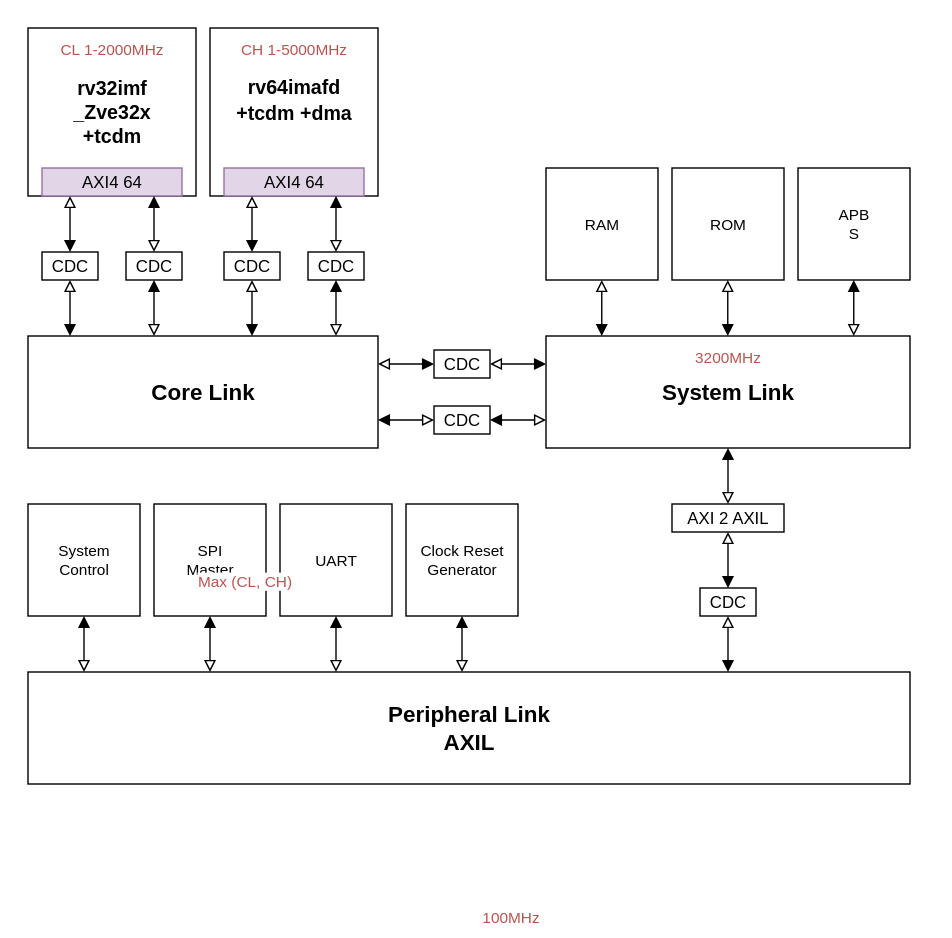
Earlier version of the draw.io export document/svg/detailed.svg (TecknozBD/Hyper-Titan). Source tidied: cells renumbered, new cells last; positions are measured from the earlier drawing's top-left corner, leaving out a move shared by most shapes.
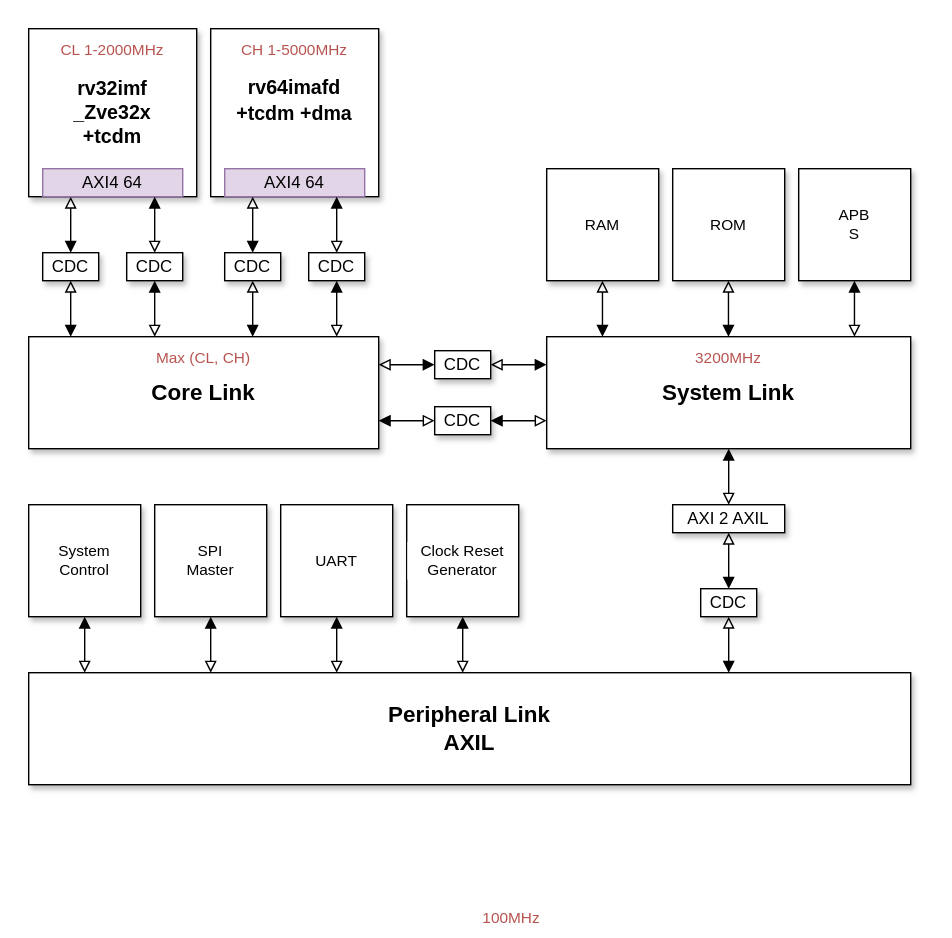
After the commit.

Change to the diagram source:
```diff
@@ -5,10 +5,10 @@
     <mxCell id="2" style="rounded=0;whiteSpace=wrap;html=1;fontFamily=Helvetica;fontSize=11;fontColor=default;labelBackgroundColor=default;strokeColor=none;" parent="1" vertex="1">
       <mxGeometry width="670" height="580" as="geometry" />
     </mxCell>
-    <mxCell id="3" value="&lt;div&gt;&lt;font style=&quot;font-size: 14px;&quot;&gt;rv32imf&lt;/font&gt;&lt;/div&gt;&lt;div&gt;&lt;font style=&quot;font-size: 14px;&quot;&gt;_Zve32x&lt;/font&gt;&lt;/div&gt;&lt;div&gt;&lt;font style=&quot;font-size: 14px;&quot;&gt;+tcdm&lt;/font&gt;&lt;/div&gt;" style="rounded=0;whiteSpace=wrap;html=1;fontStyle=1;fontSize=13;shadow=0;" parent="1" vertex="1">
+    <mxCell id="3" value="&lt;div&gt;&lt;font style=&quot;font-size: 14px;&quot;&gt;rv32imf&lt;/font&gt;&lt;/div&gt;&lt;div&gt;&lt;font style=&quot;font-size: 14px;&quot;&gt;_Zve32x&lt;/font&gt;&lt;/div&gt;&lt;div&gt;&lt;font style=&quot;font-size: 14px;&quot;&gt;+tcdm&lt;/font&gt;&lt;/div&gt;" style="rounded=0;whiteSpace=wrap;html=1;fontStyle=1;fontSize=13;shadow=1;" parent="1" vertex="1">
       <mxGeometry x="20" y="20" width="120" height="120" as="geometry" />
     </mxCell>
-    <mxCell id="4" value="&lt;div&gt;&lt;font style=&quot;font-size: 14px;&quot;&gt;rv64imafd&lt;/font&gt;&lt;/div&gt;&lt;div&gt;&lt;font style=&quot;font-size: 14px;&quot;&gt;+tcdm +dma&lt;/font&gt;&lt;/div&gt;&lt;div&gt;&lt;br&gt;&lt;/div&gt;" style="rounded=0;whiteSpace=wrap;html=1;fontStyle=1;fontSize=16;shadow=0;" parent="1" vertex="1">
+    <mxCell id="4" value="&lt;div&gt;&lt;font style=&quot;font-size: 14px;&quot;&gt;rv64imafd&lt;/font&gt;&lt;/div&gt;&lt;div&gt;&lt;font style=&quot;font-size: 14px;&quot;&gt;+tcdm +dma&lt;/font&gt;&lt;/div&gt;&lt;div&gt;&lt;br&gt;&lt;/div&gt;" style="rounded=0;whiteSpace=wrap;html=1;fontStyle=1;fontSize=16;shadow=1;" parent="1" vertex="1">
       <mxGeometry x="150" y="20" width="120" height="120" as="geometry" />
     </mxCell>
     <mxCell id="5" value="AXI4 64" style="whiteSpace=wrap;html=1;fillColor=#e1d5e7;strokeColor=#9673a6;" parent="1" vertex="1">
@@ -17,16 +17,16 @@
     <mxCell id="6" style="edgeStyle=orthogonalEdgeStyle;shape=connector;rounded=0;jettySize=auto;html=1;exitX=1;exitY=0.75;exitDx=0;exitDy=0;entryX=0;entryY=0.5;entryDx=0;entryDy=0;strokeColor=default;align=center;verticalAlign=middle;fontFamily=Helvetica;fontSize=11;fontColor=default;labelBackgroundColor=default;startArrow=block;startFill=1;endArrow=block;endFill=0;" parent="1" edge="1" source="7" target="34">
       <mxGeometry relative="1" as="geometry" />
     </mxCell>
-    <mxCell id="7" value="Core Link" style="rounded=0;whiteSpace=wrap;html=1;fontFamily=Helvetica;fontSize=16;fontColor=default;labelBackgroundColor=default;fontStyle=1;" parent="1" vertex="1">
+    <mxCell id="7" value="Core Link" style="rounded=0;whiteSpace=wrap;html=1;fontFamily=Helvetica;fontSize=16;fontColor=default;labelBackgroundColor=default;fontStyle=1;shadow=1;" parent="1" vertex="1">
       <mxGeometry x="20" y="240" width="250" height="80" as="geometry" />
     </mxCell>
-    <mxCell id="8" value="CDC" style="rounded=0;whiteSpace=wrap;html=1;" parent="1" vertex="1">
+    <mxCell id="8" value="CDC" style="rounded=0;whiteSpace=wrap;html=1;shadow=1;" parent="1" vertex="1">
       <mxGeometry x="30" y="180" width="40" height="20" as="geometry" />
     </mxCell>
     <mxCell id="9" style="edgeStyle=orthogonalEdgeStyle;shape=connector;rounded=0;jettySize=auto;html=1;exitX=0;exitY=0.25;exitDx=0;exitDy=0;entryX=1;entryY=0.5;entryDx=0;entryDy=0;strokeColor=default;align=center;verticalAlign=middle;fontFamily=Helvetica;fontSize=11;fontColor=default;labelBackgroundColor=default;startArrow=block;startFill=1;endArrow=block;endFill=0;" parent="1" edge="1" source="10" target="32">
       <mxGeometry relative="1" as="geometry" />
     </mxCell>
-    <mxCell id="10" value="System Link" style="rounded=0;whiteSpace=wrap;html=1;fontFamily=Helvetica;fontSize=16;fontColor=default;labelBackgroundColor=default;fontStyle=1;" parent="1" vertex="1">
+    <mxCell id="10" value="System Link" style="rounded=0;whiteSpace=wrap;html=1;fontFamily=Helvetica;fontSize=16;fontColor=default;labelBackgroundColor=default;fontStyle=1;shadow=1;" parent="1" vertex="1">
       <mxGeometry x="390" y="240" width="260" height="80" as="geometry" />
     </mxCell>
     <mxCell id="11" style="edgeStyle=orthogonalEdgeStyle;rounded=0;orthogonalLoop=1;jettySize=auto;html=1;endArrow=block;endFill=0;startArrow=block;startFill=1;" parent="1" edge="1">
@@ -41,7 +41,7 @@
         <mxPoint x="50" y="140" as="targetPoint" />
       </mxGeometry>
     </mxCell>
-    <mxCell id="13" value="RAM" style="rounded=0;whiteSpace=wrap;html=1;fontFamily=Helvetica;fontSize=11;fontColor=default;labelBackgroundColor=default;" parent="1" vertex="1">
+    <mxCell id="13" value="RAM" style="rounded=0;whiteSpace=wrap;html=1;fontFamily=Helvetica;fontSize=11;fontColor=default;labelBackgroundColor=default;shadow=1;" parent="1" vertex="1">
       <mxGeometry x="390" y="120" width="80" height="80" as="geometry" />
     </mxCell>
     <mxCell id="14" style="edgeStyle=orthogonalEdgeStyle;rounded=0;orthogonalLoop=1;jettySize=auto;html=1;endArrow=block;endFill=0;startArrow=block;startFill=1;" parent="1" edge="1">
@@ -54,7 +54,7 @@
         </Array>
       </mxGeometry>
     </mxCell>
-    <mxCell id="15" value="ROM" style="rounded=0;whiteSpace=wrap;html=1;fontFamily=Helvetica;fontSize=11;fontColor=default;labelBackgroundColor=default;" parent="1" vertex="1">
+    <mxCell id="15" value="ROM" style="rounded=0;whiteSpace=wrap;html=1;fontFamily=Helvetica;fontSize=11;fontColor=default;labelBackgroundColor=default;shadow=1;" parent="1" vertex="1">
       <mxGeometry x="480" y="120" width="80" height="80" as="geometry" />
     </mxCell>
     <mxCell id="16" style="edgeStyle=orthogonalEdgeStyle;rounded=0;orthogonalLoop=1;jettySize=auto;html=1;endArrow=block;endFill=0;startArrow=block;startFill=1;" parent="1" edge="1">
@@ -67,7 +67,7 @@
         </Array>
       </mxGeometry>
     </mxCell>
-    <mxCell id="17" value="Peripheral Link&lt;div&gt;AXIL&lt;/div&gt;" style="rounded=0;whiteSpace=wrap;html=1;fontFamily=Helvetica;fontSize=16;fontColor=default;labelBackgroundColor=default;fontStyle=1;" parent="1" vertex="1">
+    <mxCell id="17" value="Peripheral Link&lt;div&gt;AXIL&lt;/div&gt;" style="rounded=0;whiteSpace=wrap;html=1;fontFamily=Helvetica;fontSize=16;fontColor=default;labelBackgroundColor=default;fontStyle=1;shadow=1;" parent="1" vertex="1">
       <mxGeometry x="20" y="480" width="630" height="80" as="geometry" />
     </mxCell>
     <mxCell id="18" style="edgeStyle=orthogonalEdgeStyle;rounded=0;orthogonalLoop=1;jettySize=auto;html=1;endArrow=block;endFill=0;startArrow=block;startFill=1;" parent="1" edge="1">
@@ -80,7 +80,7 @@
         </Array>
       </mxGeometry>
     </mxCell>
-    <mxCell id="19" value="APB&lt;div&gt;S&lt;/div&gt;" style="rounded=0;whiteSpace=wrap;html=1;fontFamily=Helvetica;fontSize=11;fontColor=default;labelBackgroundColor=default;" parent="1" vertex="1">
+    <mxCell id="19" value="APB&lt;div&gt;S&lt;/div&gt;" style="rounded=0;whiteSpace=wrap;html=1;fontFamily=Helvetica;fontSize=11;fontColor=default;labelBackgroundColor=default;shadow=1;" parent="1" vertex="1">
       <mxGeometry x="570" y="120" width="80" height="80" as="geometry" />
     </mxCell>
     <mxCell id="20" style="edgeStyle=orthogonalEdgeStyle;rounded=0;orthogonalLoop=1;jettySize=auto;html=1;endArrow=block;endFill=0;startArrow=block;startFill=1;" parent="1" edge="1">
@@ -93,13 +93,13 @@
         </Array>
       </mxGeometry>
     </mxCell>
-    <mxCell id="21" value="SPI&lt;div&gt;Master&lt;/div&gt;" style="rounded=0;whiteSpace=wrap;html=1;fontFamily=Helvetica;fontSize=11;fontColor=default;labelBackgroundColor=default;" parent="1" vertex="1">
+    <mxCell id="21" value="SPI&lt;div&gt;Master&lt;/div&gt;" style="rounded=0;whiteSpace=wrap;html=1;fontFamily=Helvetica;fontSize=11;fontColor=default;labelBackgroundColor=default;shadow=1;" parent="1" vertex="1">
       <mxGeometry x="110" y="360" width="80" height="80" as="geometry" />
     </mxCell>
-    <mxCell id="22" value="UART" style="rounded=0;whiteSpace=wrap;html=1;fontFamily=Helvetica;fontSize=11;fontColor=default;labelBackgroundColor=default;" parent="1" vertex="1">
+    <mxCell id="22" value="UART" style="rounded=0;whiteSpace=wrap;html=1;fontFamily=Helvetica;fontSize=11;fontColor=default;labelBackgroundColor=default;shadow=1;" parent="1" vertex="1">
       <mxGeometry x="200" y="360" width="80" height="80" as="geometry" />
     </mxCell>
-    <mxCell id="23" value="Clock Reset Generator" style="rounded=0;whiteSpace=wrap;html=1;fontFamily=Helvetica;fontSize=11;fontColor=default;labelBackgroundColor=default;" parent="1" vertex="1">
+    <mxCell id="23" value="Clock Reset Generator" style="rounded=0;whiteSpace=wrap;html=1;fontFamily=Helvetica;fontSize=11;fontColor=default;labelBackgroundColor=default;shadow=1;" parent="1" vertex="1">
       <mxGeometry x="290" y="360" width="80" height="80" as="geometry" />
     </mxCell>
     <mxCell id="24" style="edgeStyle=orthogonalEdgeStyle;rounded=0;orthogonalLoop=1;jettySize=auto;html=1;endArrow=block;endFill=0;startArrow=block;startFill=1;" parent="1" edge="1">
@@ -132,7 +132,7 @@
         </Array>
       </mxGeometry>
     </mxCell>
-    <mxCell id="27" value="CDC" style="rounded=0;whiteSpace=wrap;html=1;" parent="1" vertex="1">
+    <mxCell id="27" value="CDC" style="rounded=0;whiteSpace=wrap;html=1;shadow=1;" parent="1" vertex="1">
       <mxGeometry x="500" y="420" width="40" height="20" as="geometry" />
     </mxCell>
     <mxCell id="28" style="edgeStyle=orthogonalEdgeStyle;rounded=0;orthogonalLoop=1;jettySize=auto;html=1;endArrow=block;endFill=0;startArrow=block;startFill=1;" parent="1" edge="1">
@@ -141,7 +141,7 @@
         <mxPoint x="520" y="380" as="targetPoint" />
       </mxGeometry>
     </mxCell>
-    <mxCell id="29" value="AXI 2 AXIL" style="rounded=0;whiteSpace=wrap;html=1;" parent="1" vertex="1">
+    <mxCell id="29" value="AXI 2 AXIL" style="rounded=0;whiteSpace=wrap;html=1;shadow=1;" parent="1" vertex="1">
       <mxGeometry x="480" y="360" width="80" height="20" as="geometry" />
     </mxCell>
     <mxCell id="30" style="edgeStyle=orthogonalEdgeStyle;rounded=0;orthogonalLoop=1;jettySize=auto;html=1;endArrow=block;endFill=0;startArrow=block;startFill=1;" parent="1" edge="1">
@@ -157,16 +157,16 @@
     <mxCell id="31" style="edgeStyle=orthogonalEdgeStyle;shape=connector;rounded=0;jettySize=auto;html=1;entryX=1;entryY=0.25;entryDx=0;entryDy=0;strokeColor=default;align=center;verticalAlign=middle;fontFamily=Helvetica;fontSize=11;fontColor=default;labelBackgroundColor=default;startArrow=block;startFill=1;endArrow=block;endFill=0;" parent="1" edge="1" source="32" target="7">
       <mxGeometry relative="1" as="geometry" />
     </mxCell>
-    <mxCell id="32" value="CDC" style="rounded=0;whiteSpace=wrap;html=1;" parent="1" vertex="1">
+    <mxCell id="32" value="CDC" style="rounded=0;whiteSpace=wrap;html=1;shadow=1;" parent="1" vertex="1">
       <mxGeometry x="310" y="250" width="40" height="20" as="geometry" />
     </mxCell>
     <mxCell id="33" style="edgeStyle=orthogonalEdgeStyle;shape=connector;rounded=0;jettySize=auto;html=1;entryX=0;entryY=0.75;entryDx=0;entryDy=0;strokeColor=default;align=center;verticalAlign=middle;fontFamily=Helvetica;fontSize=11;fontColor=default;labelBackgroundColor=default;startArrow=block;startFill=1;endArrow=block;endFill=0;" parent="1" edge="1" source="34" target="10">
       <mxGeometry relative="1" as="geometry" />
     </mxCell>
-    <mxCell id="34" value="CDC" style="rounded=0;whiteSpace=wrap;html=1;" parent="1" vertex="1">
+    <mxCell id="34" value="CDC" style="rounded=0;whiteSpace=wrap;html=1;shadow=1;" parent="1" vertex="1">
       <mxGeometry x="310" y="290" width="40" height="20" as="geometry" />
     </mxCell>
-    <mxCell id="35" value="System&lt;div&gt;Control&lt;/div&gt;" style="rounded=0;whiteSpace=wrap;html=1;fontFamily=Helvetica;fontSize=11;fontColor=default;labelBackgroundColor=default;" parent="1" vertex="1">
+    <mxCell id="35" value="System&lt;div&gt;Control&lt;/div&gt;" style="rounded=0;whiteSpace=wrap;html=1;fontFamily=Helvetica;fontSize=11;fontColor=default;labelBackgroundColor=default;shadow=1;" parent="1" vertex="1">
       <mxGeometry x="20" y="360" width="80" height="80" as="geometry" />
     </mxCell>
     <mxCell id="36" style="edgeStyle=orthogonalEdgeStyle;rounded=0;orthogonalLoop=1;jettySize=auto;html=1;endArrow=block;endFill=0;startArrow=block;startFill=1;" parent="1" edge="1">
@@ -182,7 +182,7 @@
     <mxCell id="37" value="AXI4 64" style="whiteSpace=wrap;html=1;fillColor=#e1d5e7;strokeColor=#9673a6;" parent="1" vertex="1">
       <mxGeometry x="30" y="120" width="100" height="20" as="geometry" />
     </mxCell>
-    <mxCell id="38" value="CDC" style="rounded=0;whiteSpace=wrap;html=1;direction=west;" parent="1" vertex="1">
+    <mxCell id="38" value="CDC" style="rounded=0;whiteSpace=wrap;html=1;direction=west;shadow=1;" parent="1" vertex="1">
       <mxGeometry x="90" y="180" width="40" height="20" as="geometry" />
     </mxCell>
     <mxCell id="39" style="edgeStyle=orthogonalEdgeStyle;rounded=0;orthogonalLoop=1;jettySize=auto;html=1;endArrow=block;endFill=0;startArrow=block;startFill=1;" parent="1" edge="1">
@@ -197,7 +197,7 @@
         <mxPoint x="110" y="180" as="targetPoint" />
       </mxGeometry>
     </mxCell>
-    <mxCell id="41" value="CDC" style="rounded=0;whiteSpace=wrap;html=1;" parent="1" vertex="1">
+    <mxCell id="41" value="CDC" style="rounded=0;whiteSpace=wrap;html=1;shadow=1;" parent="1" vertex="1">
       <mxGeometry x="160" y="180" width="40" height="20" as="geometry" />
     </mxCell>
     <mxCell id="42" style="edgeStyle=orthogonalEdgeStyle;rounded=0;orthogonalLoop=1;jettySize=auto;html=1;endArrow=block;endFill=0;startArrow=block;startFill=1;" parent="1" edge="1">
@@ -212,7 +212,7 @@
         <mxPoint x="180" y="140" as="targetPoint" />
       </mxGeometry>
     </mxCell>
-    <mxCell id="44" value="CDC" style="rounded=0;whiteSpace=wrap;html=1;direction=west;" parent="1" vertex="1">
+    <mxCell id="44" value="CDC" style="rounded=0;whiteSpace=wrap;html=1;direction=west;shadow=1;" parent="1" vertex="1">
       <mxGeometry x="220" y="180" width="40" height="20" as="geometry" />
     </mxCell>
     <mxCell id="45" style="edgeStyle=orthogonalEdgeStyle;rounded=0;orthogonalLoop=1;jettySize=auto;html=1;endArrow=block;endFill=0;startArrow=block;startFill=1;" parent="1" edge="1">
@@ -241,7 +241,7 @@
       <mxGeometry x="50" y="640" width="630" height="30" as="geometry" />
     </mxCell>
     <mxCell id="52" value="Max (CL, CH)" style="text;html=1;whiteSpace=wrap;strokeColor=none;fillColor=none;align=center;verticalAlign=middle;rounded=0;fontFamily=Helvetica;fontSize=11;labelBackgroundColor=default;fontColor=#B85450;" parent="47" vertex="1">
-      <mxGeometry x="50" y="400" width="250" height="30" as="geometry" />
+      <mxGeometry x="20" y="240" width="250" height="30" as="geometry" />
     </mxCell>
   </root>
 </mxGraphModel>
```
